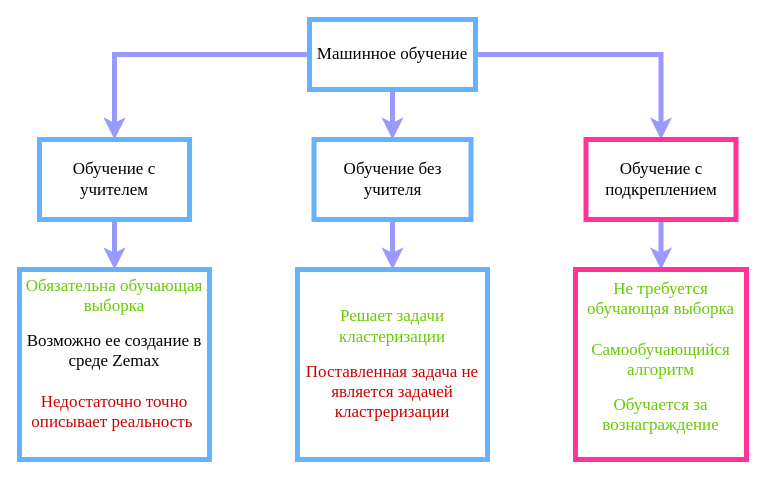
Above: маш.drawio in Armore27/learning (draw.io), before the change. Source tidied: cells renumbered, new cells numbered last; positions are measured from the earlier drawing's top-left corner, leaving out a move shared by most shapes. Both pictures are drawn from the tidied source at 100%, with x=0, y=0 at pixel (19, 19).
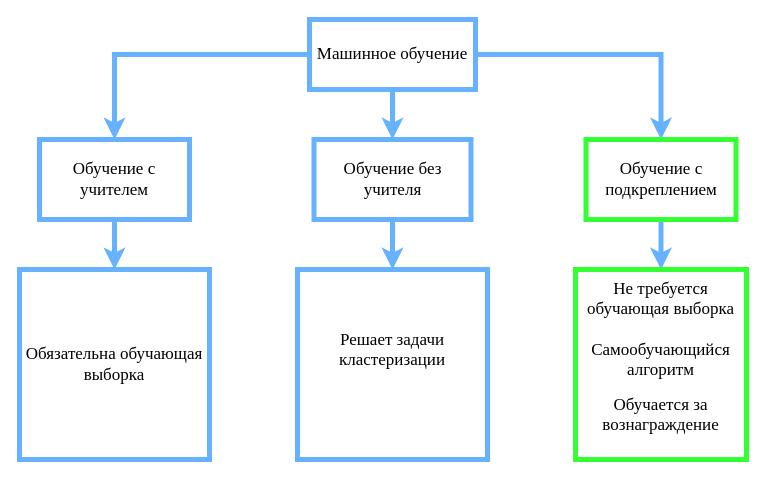
The same diagram, later.

The edit, as a diff of the source:
```diff
@@
 <mxGraphModel>
   <root>
     <mxCell id="0" />
     <mxCell id="1" parent="0" />
-    <mxCell id="2" style="edgeStyle=orthogonalEdgeStyle;rounded=0;jettySize=auto;html=1;entryX=0.5;entryY=0;entryDx=0;entryDy=0;strokeWidth=5;strokeColor=#9999FF;" parent="1" edge="1" source="5" target="9">
+    <mxCell id="2" style="edgeStyle=orthogonalEdgeStyle;rounded=0;jettySize=auto;html=1;entryX=0.5;entryY=0;entryDx=0;entryDy=0;strokeWidth=5;strokeColor=#66B2FF;" parent="1" edge="1" source="5" target="9">
       <mxGeometry relative="1" as="geometry" />
     </mxCell>
-    <mxCell id="3" style="edgeStyle=orthogonalEdgeStyle;rounded=0;jettySize=auto;html=1;entryX=0.5;entryY=0;entryDx=0;entryDy=0;strokeColor=#9999FF;strokeWidth=5;" parent="1" edge="1" source="5" target="7">
+    <mxCell id="3" style="edgeStyle=orthogonalEdgeStyle;rounded=0;jettySize=auto;html=1;entryX=0.5;entryY=0;entryDx=0;entryDy=0;strokeColor=#66B2FF;strokeWidth=5;" parent="1" edge="1" source="5" target="7">
       <mxGeometry relative="1" as="geometry" />
     </mxCell>
-    <mxCell id="4" style="edgeStyle=orthogonalEdgeStyle;rounded=0;jettySize=auto;html=1;entryX=0.5;entryY=0;entryDx=0;entryDy=0;strokeColor=#9999FF;strokeWidth=5;" parent="1" edge="1" source="5" target="11">
+    <mxCell id="4" style="edgeStyle=orthogonalEdgeStyle;rounded=0;jettySize=auto;html=1;entryX=0.5;entryY=0;entryDx=0;entryDy=0;strokeColor=#66B2FF;strokeWidth=5;" parent="1" edge="1" source="5" target="11">
       <mxGeometry relative="1" as="geometry" />
     </mxCell>
     <mxCell id="5" value="&lt;font style=&quot;font-size: 17px&quot; face=&quot;Times New Roman&quot;&gt;Машинное обучение&lt;/font&gt;" style="rounded=0;whiteSpace=wrap;html=1;strokeColor=#66B2FF;strokeWidth=5;" parent="1" vertex="1">
       <mxGeometry x="290" width="166" height="70" as="geometry" />
     </mxCell>
-    <mxCell id="6" style="edgeStyle=orthogonalEdgeStyle;rounded=0;jettySize=auto;html=1;strokeColor=#9999FF;strokeWidth=5;" parent="1" edge="1" source="7" target="12">
+    <mxCell id="6" style="edgeStyle=orthogonalEdgeStyle;rounded=0;jettySize=auto;html=1;strokeColor=#66B2FF;strokeWidth=5;" parent="1" edge="1" source="7" target="12">
       <mxGeometry relative="1" as="geometry" />
     </mxCell>
     <mxCell id="7" value="&lt;font style=&quot;font-size: 17px&quot; face=&quot;Times New Roman&quot;&gt;Обучение с учителем&lt;/font&gt;" style="rounded=0;whiteSpace=wrap;html=1;strokeColor=#66B2FF;strokeWidth=5;" parent="1" vertex="1">
       <mxGeometry x="20" y="120" width="150" height="80" as="geometry" />
     </mxCell>
-    <mxCell id="8" style="edgeStyle=orthogonalEdgeStyle;rounded=0;jettySize=auto;html=1;strokeColor=#9999FF;strokeWidth=5;" parent="1" edge="1" source="9" target="13">
+    <mxCell id="8" style="edgeStyle=orthogonalEdgeStyle;rounded=0;jettySize=auto;html=1;strokeColor=#66B2FF;strokeWidth=5;" parent="1" edge="1" source="9" target="13">
       <mxGeometry relative="1" as="geometry" />
     </mxCell>
     <mxCell id="9" value="&lt;font style=&quot;font-size: 17px&quot; face=&quot;Times New Roman&quot;&gt;Обучение без учителя&lt;/font&gt;" style="rounded=0;whiteSpace=wrap;html=1;strokeColor=#66B2FF;strokeWidth=5;" parent="1" vertex="1">
       <mxGeometry x="294.5" y="120" width="157" height="80" as="geometry" />
     </mxCell>
-    <mxCell id="10" style="edgeStyle=orthogonalEdgeStyle;rounded=0;jettySize=auto;html=1;strokeColor=#9999FF;strokeWidth=5;" parent="1" edge="1" source="11" target="14">
+    <mxCell id="10" style="edgeStyle=orthogonalEdgeStyle;rounded=0;jettySize=auto;html=1;strokeColor=#66B2FF;strokeWidth=5;" parent="1" edge="1" source="11" target="14">
       <mxGeometry relative="1" as="geometry" />
     </mxCell>
-    <mxCell id="11" value="&lt;font style=&quot;font-size: 17px&quot; face=&quot;Times New Roman&quot;&gt;Обучение с подкреплением&lt;/font&gt;" style="rounded=0;whiteSpace=wrap;html=1;strokeColor=#FF3399;strokeWidth=5;" parent="1" vertex="1">
+    <mxCell id="11" value="&lt;font style=&quot;font-size: 17px&quot; face=&quot;Times New Roman&quot;&gt;Обучение с подкреплением&lt;/font&gt;" style="rounded=0;whiteSpace=wrap;html=1;strokeColor=#33FF33;strokeWidth=5;" parent="1" vertex="1">
       <mxGeometry x="566.5" y="120" width="150" height="80" as="geometry" />
     </mxCell>
-    <mxCell id="12" value="&lt;blockquote style=&quot;margin: 0 0 0 40px ; border: none ; padding: 0px&quot;&gt;&lt;/blockquote&gt;&lt;span style=&quot;font-size: 17px ; font-family: &amp;#34;times new roman&amp;#34;&quot;&gt;&lt;font color=&quot;#66cc00&quot;&gt;Обязательна обучающая выборка&lt;/font&gt;&lt;br&gt;&lt;/span&gt;&lt;br&gt;&lt;font face=&quot;Times New Roman&quot;&gt;&lt;span style=&quot;font-size: 17px&quot;&gt;&lt;div&gt;Возможно ее создание в среде Zemax&lt;/div&gt;&lt;div&gt;&lt;br&gt;&lt;/div&gt;&lt;div&gt;&lt;font color=&quot;#cc0000&quot;&gt;Недостаточно точно описывает реальность&amp;nbsp;&lt;/font&gt;&lt;/div&gt;&lt;/span&gt;&lt;/font&gt;&lt;font face=&quot;Times New Roman&quot;&gt;&lt;span style=&quot;font-size: 17px&quot;&gt;&lt;div&gt;&lt;br&gt;&lt;/div&gt;&lt;/span&gt;&lt;/font&gt;" style="whiteSpace=wrap;html=1;strokeColor=#66B2FF;strokeWidth=5;align=center;" parent="1" vertex="1">
+    <mxCell id="12" value="&lt;blockquote style=&quot;margin: 0 0 0 40px ; border: none ; padding: 0px&quot;&gt;&lt;/blockquote&gt;&lt;span style=&quot;font-size: 17px ; font-family: &amp;#34;times new roman&amp;#34;&quot;&gt;Обязательна обучающая выборка&lt;/span&gt;&lt;font face=&quot;Times New Roman&quot;&gt;&lt;span style=&quot;font-size: 17px&quot;&gt;&lt;br&gt;&lt;/span&gt;&lt;/font&gt;" style="whiteSpace=wrap;html=1;strokeColor=#66B2FF;strokeWidth=5;align=center;" parent="1" vertex="1">
       <mxGeometry y="250" width="190" height="190" as="geometry" />
     </mxCell>
-    <mxCell id="13" value="&lt;font face=&quot;times new roman, serif&quot;&gt;&lt;font style=&quot;font-size: 17px&quot; color=&quot;#66cc00&quot;&gt;Решает задачи кластеризации&lt;/font&gt;&lt;br&gt;&lt;br&gt;&lt;span style=&quot;font-size: 17px&quot;&gt;&lt;font color=&quot;#cc0000&quot;&gt;Поставленная задача не является задачей кластреризации&lt;/font&gt;&lt;/span&gt;&lt;br&gt;&lt;/font&gt;" style="whiteSpace=wrap;html=1;strokeColor=#66B2FF;strokeWidth=5;" parent="1" vertex="1">
+    <mxCell id="13" value="&lt;font face=&quot;times new roman, serif&quot;&gt;&lt;font style=&quot;font-size: 17px&quot;&gt;Решает задачи кластеризации&lt;/font&gt;&lt;br&gt;&lt;br&gt;&lt;br&gt;&lt;/font&gt;" style="whiteSpace=wrap;html=1;strokeColor=#66B2FF;strokeWidth=5;" parent="1" vertex="1">
       <mxGeometry x="278" y="250" width="190" height="190" as="geometry" />
     </mxCell>
-    <mxCell id="14" value="&lt;font color=&quot;#66cc00&quot;&gt;&lt;span style=&quot;font-family: &amp;#34;times new roman&amp;#34; , serif ; font-size: 17px&quot;&gt;Не требуется обучающая выборка&lt;br&gt;&lt;br&gt;Самообучающийся алгоритм&lt;br&gt;&lt;/span&gt;&lt;br&gt;&lt;span style=&quot;font-family: &amp;#34;times new roman&amp;#34; , serif ; font-size: 17px&quot;&gt;Обучается за вознаграждение&lt;/span&gt;&lt;br&gt;&lt;/font&gt;&lt;div&gt;&lt;br&gt;&lt;/div&gt;&lt;font color=&quot;#66cc00&quot;&gt;&lt;span style=&quot;font-size: medium ; white-space: normal&quot;&gt;&lt;/span&gt;&lt;/font&gt;" style="rounded=0;whiteSpace=wrap;html=1;strokeColor=#FF3399;strokeWidth=5;align=center;" parent="1" vertex="1">
+    <mxCell id="14" value="&lt;span style=&quot;font-family: &amp;#34;times new roman&amp;#34; , serif ; font-size: 17px&quot;&gt;Не требуется обучающая выборка&lt;br&gt;&lt;br&gt;Самообучающийся алгоритм&lt;br&gt;&lt;/span&gt;&lt;br&gt;&lt;span style=&quot;font-family: &amp;#34;times new roman&amp;#34; , serif ; font-size: 17px&quot;&gt;Обучается за вознаграждение&lt;/span&gt;&lt;br&gt;&lt;div&gt;&lt;br&gt;&lt;/div&gt;&lt;font color=&quot;#66cc00&quot;&gt;&lt;span style=&quot;font-size: medium ; white-space: normal&quot;&gt;&lt;/span&gt;&lt;/font&gt;" style="rounded=0;whiteSpace=wrap;html=1;strokeColor=#33FF33;strokeWidth=5;align=center;" parent="1" vertex="1">
       <mxGeometry x="556" y="250" width="171" height="190" as="geometry" />
     </mxCell>
   </root>
 </mxGraphModel>
```
